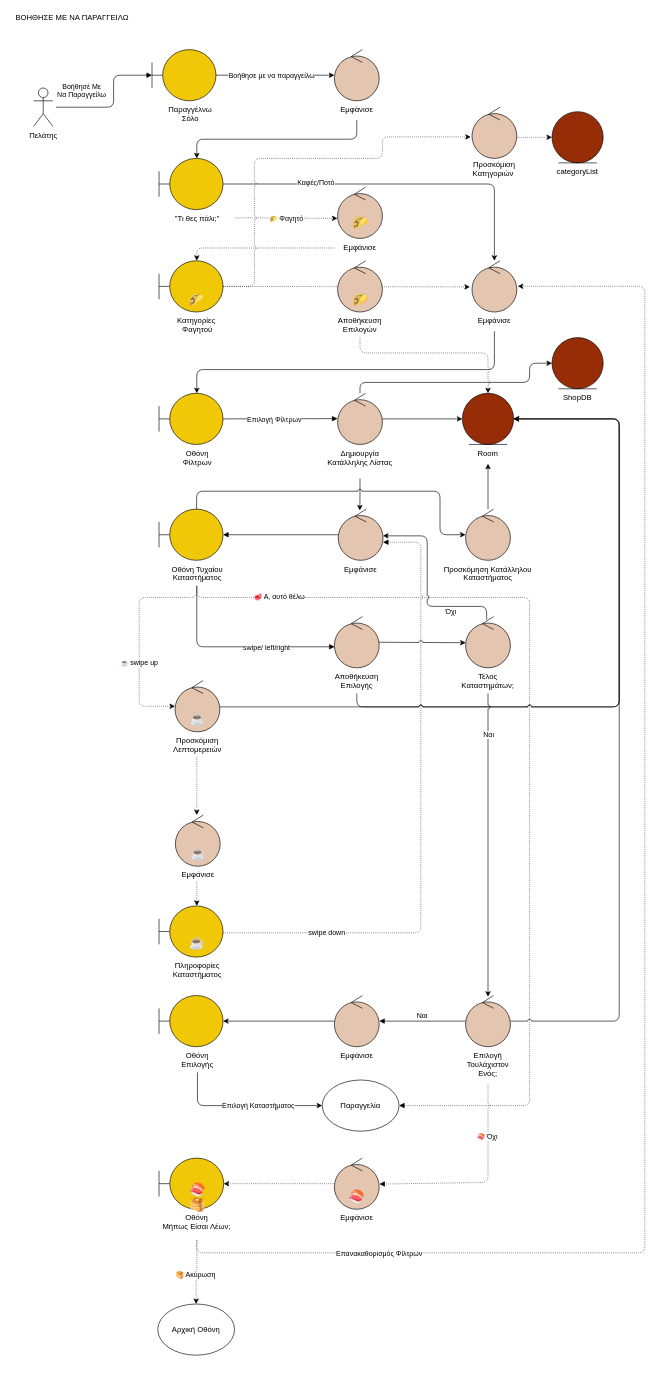
The draw.io diagram docs/contributions/iloudaros/Diagrams/Roubstness Diagrams/Customer/Solo Help Me Order/Solo Help Me Order Robustness.drawio in iloudaros/nomnomr, before the edit. Source tidied: cells renumbered, new cells numbered last; positions are measured from the earlier drawing's top-left corner, leaving out a move shared by most shapes. Both pictures are drawn from the tidied source at 64%, with x=0, y=0 at pixel (11, 11).
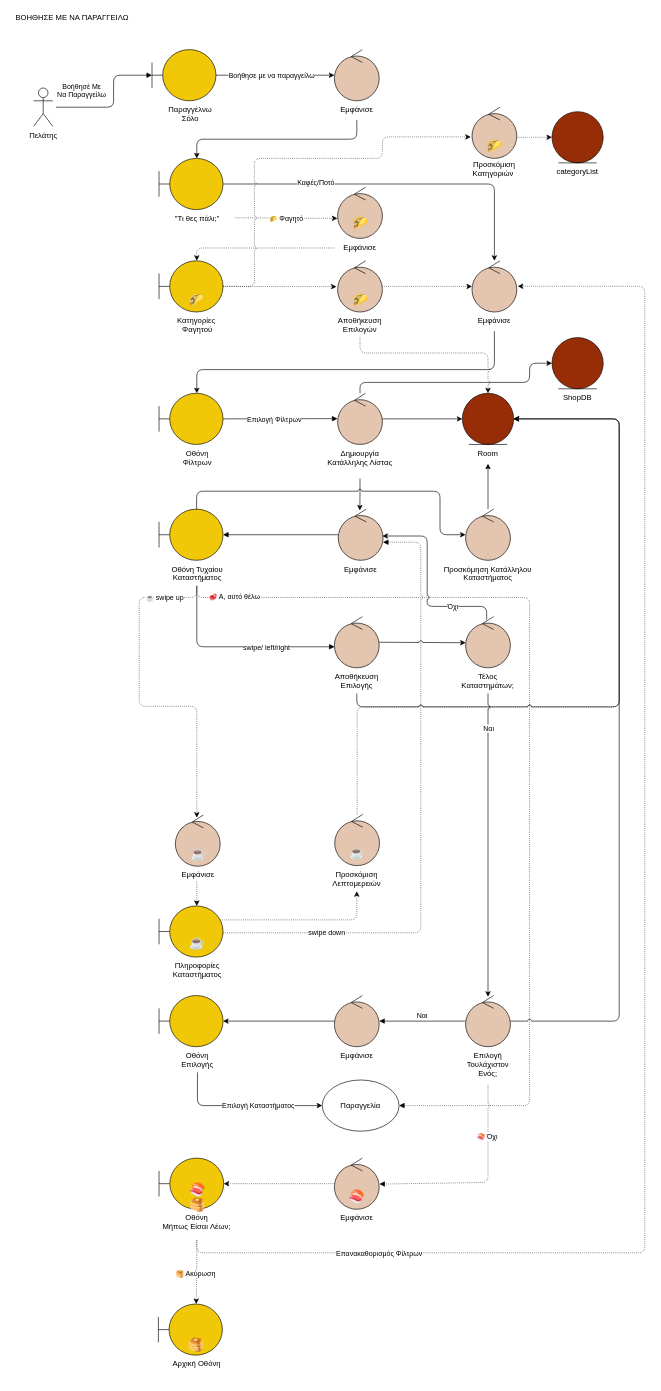
The same page after the edit.

Commit message (it also covers changes not shown here):
Βοήθησε με να παραγγείλω report-ready (Robustness and Sequence)

The change refers to these unchanged cells:
```xml
<mxCell id="2" style="edgeStyle=orthogonalEdgeStyle;rounded=1;jettySize=auto;html=1;fillColor=#0050ef;strokeColor=#000000;jumpStyle=arc;fontColor=#000000;labelBackgroundColor=none;align=center;endArrow=block;endFill=1;dashed=1;dashPattern=1 2;entryX=1;entryY=0.5;entryDx=0;entryDy=0;" parent="1" edge="1" source="51" target="111">
  <mxGeometry relative="1" as="geometry">
    <Array as="points">
      <mxPoint x="290" y="916" />
      <mxPoint x="810" y="916" />
      <mxPoint x="810" y="1710" />
    </Array>
  </mxGeometry>
</mxCell>
<mxCell id="28" style="shape=umlBoundary;whiteSpace=wrap;html=1;fillColor=#F0C808;fontColor=#000000;strokeColor=#000000;labelBackgroundColor=none;align=center;" parent="1" vertex="1">
  <mxGeometry x="231" y="1398" width="100" height="80" as="geometry" />
</mxCell>
<mxCell id="32" style="shape=umlBoundary;whiteSpace=wrap;html=1;fillColor=#F0C808;fontColor=#000000;strokeColor=#000000;labelBackgroundColor=none;align=center;" parent="1" vertex="1">
  <mxGeometry x="231" y="390" width="100" height="80" as="geometry" />
</mxCell>
<mxCell id="35" style="ellipse;shape=umlControl;whiteSpace=wrap;html=1;fillColor=#E4C5AF;fontColor=#000000;strokeColor=#000000;labelBackgroundColor=none;align=center;" parent="1" vertex="1">
  <mxGeometry x="256.5" y="1256" width="70" height="80" as="geometry" />
</mxCell>
<mxCell id="51" value="&lt;span style=&quot;color: rgb(0, 0, 0); font-family: helvetica; font-size: 12px; font-style: normal; font-weight: 400; letter-spacing: normal; text-indent: 0px; text-transform: none; word-spacing: 0px; display: inline; float: none;&quot;&gt;Οθόνη Τυχαίου&lt;/span&gt;&lt;br style=&quot;color: rgb(0, 0, 0); font-family: helvetica; font-size: 12px; font-style: normal; font-weight: 400; letter-spacing: normal; text-indent: 0px; text-transform: none; word-spacing: 0px;&quot;&gt;&lt;span style=&quot;color: rgb(0, 0, 0); font-family: helvetica; font-size: 12px; font-style: normal; font-weight: 400; letter-spacing: normal; text-indent: 0px; text-transform: none; word-spacing: 0px; display: inline; float: none;&quot;&gt;Καταστήματος&lt;/span&gt;" style="text;whiteSpace=wrap;html=1;fontColor=#000000;align=center;labelBackgroundColor=none;" parent="1" vertex="1">
  <mxGeometry x="236" y="858" width="110" height="40" as="geometry" />
</mxCell>
<mxCell id="58" value="&lt;span style=&quot;color: rgb(0, 0, 0); font-family: helvetica; font-size: 12px; font-style: normal; font-weight: 400; letter-spacing: normal; text-indent: 0px; text-transform: none; word-spacing: 0px; display: inline; float: none;&quot;&gt;Οθόνη&lt;/span&gt;&lt;br style=&quot;color: rgb(0, 0, 0); font-family: helvetica; font-size: 12px; font-style: normal; font-weight: 400; letter-spacing: normal; text-indent: 0px; text-transform: none; word-spacing: 0px;&quot;&gt;&lt;span style=&quot;color: rgb(0, 0, 0); font-family: helvetica; font-size: 12px; font-style: normal; font-weight: 400; letter-spacing: normal; text-indent: 0px; text-transform: none; word-spacing: 0px; display: inline; float: none;&quot;&gt;Μήπως&amp;nbsp;&lt;/span&gt;&lt;span style=&quot;color: rgb(0, 0, 0); font-family: helvetica; font-size: 12px; font-style: normal; font-weight: 400; letter-spacing: normal; text-indent: 0px; text-transform: none; word-spacing: 0px; display: inline; float: none;&quot;&gt;Είσαι&amp;nbsp;&lt;/span&gt;&lt;span style=&quot;color: rgb(0, 0, 0); font-family: helvetica; font-size: 12px; font-style: normal; font-weight: 400; letter-spacing: normal; text-indent: 0px; text-transform: none; word-spacing: 0px; display: inline; float: none;&quot;&gt;Λέων;&lt;/span&gt;" style="text;whiteSpace=wrap;html=1;fontColor=#000000;align=center;labelBackgroundColor=none;" parent="1" vertex="1">
  <mxGeometry x="230" y="1872" width="120" height="48" as="geometry" />
</mxCell>
<mxCell id="66" style="ellipse;shape=umlControl;whiteSpace=wrap;html=1;fillColor=#E4C5AF;fontColor=#000000;labelBackgroundColor=none;align=center;" parent="65" vertex="1">
  <mxGeometry width="70" height="80" as="geometry" />
</mxCell>
<mxCell id="82" style="ellipse;shape=umlControl;whiteSpace=wrap;html=1;fillColor=#E4C5AF;fontColor=#000000;labelBackgroundColor=none;align=center;" parent="81" vertex="1">
  <mxGeometry x="20" width="70" height="80" as="geometry" />
</mxCell>
<mxCell id="85" style="ellipse;shape=umlEntity;whiteSpace=wrap;html=1;fontColor=#000000;labelBackgroundColor=none;align=center;fillColor=#972D07;" parent="84" vertex="1">
  <mxGeometry x="15" width="80" height="80" as="geometry" />
</mxCell>
<mxCell id="88" style="ellipse;shape=umlControl;whiteSpace=wrap;html=1;fillColor=#E4C5AF;fontColor=#000000;labelBackgroundColor=none;align=center;" parent="87" vertex="1">
  <mxGeometry x="5" width="70" height="80" as="geometry" />
</mxCell>
<mxCell id="101" style="edgeStyle=orthogonalEdgeStyle;rounded=1;jumpStyle=arc;jettySize=auto;html=1;entryX=0.5;entryY=0.025;entryDx=0;entryDy=0;entryPerimeter=0;labelBackgroundColor=#FFFFFF;" parent="1" edge="1" source="83" target="104">
  <mxGeometry relative="1" as="geometry" />
</mxCell>
<mxCell id="113" style="ellipse;shape=umlControl;whiteSpace=wrap;html=1;fillColor=#E4C5AF;fontColor=#000000;labelBackgroundColor=none;align=center;" parent="112" vertex="1">
  <mxGeometry width="70" height="80" as="geometry" />
</mxCell>
<mxCell id="127" style="group;" parent="1" vertex="1">
  <mxGeometry x="720" y="150" width="80" height="120" as="geometry" />
</mxCell>
```

Change to the diagram source:
```diff
@@
     <mxCell id="3" value="&lt;span style=&quot;font-size: 10px;&quot;&gt;🥩&amp;nbsp;&lt;/span&gt;Α, αυτό θέλω" style="edgeLabel;html=1;align=center;verticalAlign=middle;labelBackgroundColor=default;" parent="2" vertex="1">
       <mxGeometry x="-0.81" y="-2" relative="1" as="geometry">
-        <mxPoint y="-4" as="offset" />
+        <mxPoint x="-70" y="-4" as="offset" />
       </mxGeometry>
     </mxCell>
@@
-    <mxCell id="19" style="edgeStyle=orthogonalEdgeStyle;rounded=1;jettySize=auto;html=1;fillColor=#a20025;strokeColor=#000000;jumpStyle=arc;fontColor=#000000;labelBackgroundColor=none;align=center;dashed=1;dashPattern=1 2;" parent="1" edge="1" source="51" target="59">
+    <mxCell id="19" style="edgeStyle=orthogonalEdgeStyle;rounded=1;jettySize=auto;html=1;fillColor=#a20025;strokeColor=#000000;jumpStyle=arc;fontColor=#000000;labelBackgroundColor=none;align=center;dashed=1;dashPattern=1 2;entryX=0.479;entryY=0.05;entryDx=0;entryDy=0;entryPerimeter=0;" parent="1" edge="1" source="51" target="35">
       <mxGeometry relative="1" as="geometry">
         <Array as="points">
           <mxPoint x="290" y="916" />
           <mxPoint x="200" y="916" />
           <mxPoint x="200" y="1086" />
+          <mxPoint x="290" y="1086" />
         </Array>
       </mxGeometry>
     </mxCell>
     <mxCell id="20" value="&lt;span style=&quot;font-size: 10px;&quot;&gt;☕️&amp;nbsp;&lt;/span&gt;swipe up" style="edgeLabel;html=1;align=center;verticalAlign=middle;labelBackgroundColor=default;" parent="19" vertex="1">
-      <mxGeometry x="0.25" y="-1" relative="1" as="geometry" />
+      <mxGeometry x="0.25" y="-1" relative="1" as="geometry">
+        <mxPoint x="-22" y="-172" as="offset" />
+      </mxGeometry>
     </mxCell>
@@
+    <mxCell id="132" style="edgeStyle=orthogonalEdgeStyle;rounded=1;jettySize=auto;html=1;entryX=0.5;entryY=1;entryDx=0;entryDy=0;exitX=0.956;exitY=0.273;exitDx=0;exitDy=0;exitPerimeter=0;dashed=1;dashPattern=1 2;" parent="1" edge="1" source="28" target="61">
+      <mxGeometry relative="1" as="geometry">
+        <Array as="points">
+          <mxPoint x="540" y="1420" />
+        </Array>
+      </mxGeometry>
+    </mxCell>
@@
-    <mxCell id="30" style="edgeStyle=orthogonalEdgeStyle;rounded=1;jettySize=auto;html=1;fillColor=#008a00;strokeColor=#000000;jumpStyle=arc;fontColor=#000000;labelBackgroundColor=none;align=center;dashed=1;dashPattern=1 2;entryX=-0.046;entryY=0.51;entryDx=0;entryDy=0;entryPerimeter=0;" parent="1" edge="1" source="32" target="66">
+    <mxCell id="30" style="edgeStyle=orthogonalEdgeStyle;rounded=1;jettySize=auto;html=1;fillColor=#008a00;strokeColor=#000000;jumpStyle=arc;fontColor=#000000;labelBackgroundColor=none;align=center;dashed=1;dashPattern=1 2;entryX=-0.024;entryY=0.505;entryDx=0;entryDy=0;entryPerimeter=0;" parent="1" edge="1" source="32" target="113">
       <mxGeometry relative="1" as="geometry" />
     </mxCell>
@@
-    <mxCell id="56" style="edgeStyle=orthogonalEdgeStyle;rounded=1;jettySize=auto;html=1;dashed=1;dashPattern=1 2;entryX=0.5;entryY=0;entryDx=0;entryDy=0;" parent="1" edge="1" source="58" target="116">
-      <mxGeometry relative="1" as="geometry" />
+    <mxCell id="56" style="edgeStyle=orthogonalEdgeStyle;rounded=1;jettySize=auto;html=1;dashed=1;dashPattern=1 2;entryX=0.5;entryY=0;entryDx=0;entryDy=0;" parent="1" edge="1" source="58">
+      <mxGeometry relative="1" as="geometry">
+        <mxPoint x="289" y="2020" as="targetPoint" />
+      </mxGeometry>
     </mxCell>
@@
     <mxCell id="59" style="ellipse;shape=umlControl;whiteSpace=wrap;html=1;fillColor=#E4C5AF;fontColor=#000000;strokeColor=#000000;labelBackgroundColor=none;align=center;" parent="1" vertex="1">
-      <mxGeometry x="256" y="1046" width="70" height="80" as="geometry" />
+      <mxGeometry x="505.5" y="1255" width="70" height="80" as="geometry" />
     </mxCell>
-    <mxCell id="60" style="edgeStyle=orthogonalEdgeStyle;rounded=1;jettySize=auto;html=1;dashed=1;dashPattern=1 2;" parent="1" edge="1" source="61" target="35">
-      <mxGeometry relative="1" as="geometry">
-        <Array as="points">
-          <mxPoint x="290" y="1180" />
-          <mxPoint x="290" y="1180" />
-        </Array>
-      </mxGeometry>
-    </mxCell>
     <mxCell id="61" value="&lt;font face=&quot;helvetica&quot;&gt;Προσκόμιση&lt;br&gt;Λεπτομερειών&lt;br&gt;&lt;br&gt;&lt;/font&gt;" style="text;whiteSpace=wrap;html=1;fontColor=#000000;align=center;labelBackgroundColor=none;" parent="1" vertex="1">
-      <mxGeometry x="251" y="1126" width="80" height="40" as="geometry" />
+      <mxGeometry x="500" y="1335" width="80" height="40" as="geometry" />
     </mxCell>
@@
-    <mxCell id="95" style="edgeStyle=orthogonalEdgeStyle;rounded=1;jettySize=auto;html=1;labelBackgroundColor=#FFFFFF;jumpStyle=arc;entryX=0.998;entryY=0.522;entryDx=0;entryDy=0;entryPerimeter=0;exitX=0.47;exitY=0.06;exitDx=0;exitDy=0;exitPerimeter=0;" parent="1" edge="1" source="82" target="88">
+    <mxCell id="95" style="edgeStyle=orthogonalEdgeStyle;rounded=1;jettySize=auto;html=1;labelBackgroundColor=#FFFFFF;jumpStyle=arc;exitX=0.47;exitY=0.06;exitDx=0;exitDy=0;exitPerimeter=0;" parent="1" edge="1" source="82">
       <mxGeometry relative="1" as="geometry">
+        <mxPoint x="580" y="820" as="targetPoint" />
         <Array as="points">
           <mxPoint x="743" y="930" />
           <mxPoint x="650" y="930" />
           <mxPoint x="650" y="820" />
+          <mxPoint x="581" y="820" />
         </Array>
       </mxGeometry>
     </mxCell>
     <mxCell id="96" value="Όχι" style="edgeLabel;html=1;align=center;verticalAlign=middle;" parent="95" vertex="1">
       <mxGeometry x="-0.25" y="-2" relative="1" as="geometry">
-        <mxPoint x="33" y="9" as="offset" />
+        <mxPoint x="36" y="2" as="offset" />
       </mxGeometry>
     </mxCell>
@@
-    <mxCell id="99" style="edgeStyle=orthogonalEdgeStyle;rounded=1;jettySize=auto;html=1;entryX=1;entryY=0.5;entryDx=0;entryDy=0;jumpStyle=arc;" parent="1" edge="1" source="59" target="85">
+    <mxCell id="99" style="edgeStyle=orthogonalEdgeStyle;rounded=1;jettySize=auto;html=1;entryX=1;entryY=0.5;entryDx=0;entryDy=0;jumpStyle=arc;dashed=1;dashPattern=1 2;" parent="1" edge="1" source="59" target="85">
       <mxGeometry relative="1" as="geometry">
         <Array as="points">
           <mxPoint x="950" y="1087" />
           <mxPoint x="950" y="637" />
         </Array>
       </mxGeometry>
     </mxCell>
@@
     <mxCell id="102" value="Ναι" style="edgeLabel;html=1;align=center;verticalAlign=middle;" parent="101" vertex="1">
       <mxGeometry x="-0.38" y="-3" relative="1" as="geometry">
-        <mxPoint x="3" y="-83" as="offset" />
+        <mxPoint x="3" y="-93" as="offset" />
       </mxGeometry>
     </mxCell>
@@
-    <mxCell id="116" value="Αρχική Οθόνη" style="ellipse;whiteSpace=wrap;html=1;strokeColor=#000000;" parent="1" vertex="1">
-      <mxGeometry x="229" y="2020" width="120" height="80" as="geometry" />
-    </mxCell>
@@
     <mxCell id="118" value="☕️" style="text;html=1;align=center;verticalAlign=middle;strokeColor=none;fillColor=none;fontSize=20;" parent="1" vertex="1">
-      <mxGeometry x="271" y="1090" width="40" height="30" as="geometry" />
+      <mxGeometry x="520" y="1299" width="40" height="30" as="geometry" />
     </mxCell>
@@
+    <mxCell id="133" value="&lt;span style=&quot;color: rgb(0, 0, 0); font-family: Helvetica; font-size: 20px; font-style: normal; font-variant-ligatures: normal; font-variant-caps: normal; font-weight: 400; letter-spacing: normal; orphans: 2; text-indent: 0px; text-transform: none; widows: 2; word-spacing: 0px; -webkit-text-stroke-width: 0px; text-decoration-thickness: initial; text-decoration-style: initial; text-decoration-color: initial; float: none; display: inline !important;&quot;&gt;🌮&lt;/span&gt;" style="text;whiteSpace=wrap;html=1;verticalAlign=middle;align=center;" parent="127" vertex="1">
+      <mxGeometry x="10" y="45" width="50" height="30" as="geometry" />
+    </mxCell>
@@
+    <mxCell id="134" style="shape=umlBoundary;whiteSpace=wrap;html=1;fillColor=#F0C808;strokeColor=#000000;fontColor=#000000;labelBackgroundColor=none;align=center;" parent="1" vertex="1">
+      <mxGeometry x="230" y="2020" width="100" height="80" as="geometry" />
+    </mxCell>
+    <mxCell id="116" value="&lt;font face=&quot;helvetica&quot;&gt;Αρχική Οθόνη&lt;/font&gt;" style="text;whiteSpace=wrap;html=1;fontColor=#000000;align=center;labelBackgroundColor=none;" parent="1" vertex="1">
+      <mxGeometry x="250" y="2100" width="80" height="40" as="geometry" />
+    </mxCell>
+    <mxCell id="135" value="&lt;span style=&quot;color: rgb(0, 0, 0); font-family: Helvetica; font-size: 20px; font-style: normal; font-variant-ligatures: normal; font-variant-caps: normal; font-weight: 400; letter-spacing: normal; orphans: 2; text-indent: 0px; text-transform: none; widows: 2; word-spacing: 0px; -webkit-text-stroke-width: 0px; text-decoration-thickness: initial; text-decoration-style: initial; text-decoration-color: initial; float: none; display: inline !important;&quot;&gt;🥞&lt;/span&gt;" style="text;whiteSpace=wrap;html=1;align=center;verticalAlign=middle;fontSize=20;" parent="1" vertex="1">
+      <mxGeometry x="269" y="2068" width="40" height="30" as="geometry" />
+    </mxCell>
+    <mxCell id="136" style="edgeStyle=orthogonalEdgeStyle;rounded=0;jettySize=auto;html=1;entryX=0;entryY=0.5;entryDx=0;entryDy=0;entryPerimeter=0;dashed=1;dashPattern=1 2;" parent="1" edge="1" source="113" target="66">
+      <mxGeometry relative="1" as="geometry" />
+    </mxCell>
```
